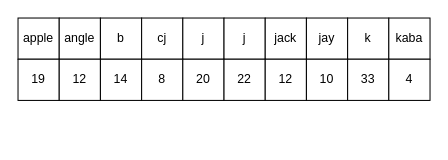
Above: mysql/索引/q4.drawio in xiaolincoder/ImageHost4 (draw.io), before the change. Source tidied: cells renumbered, new cells numbered last; positions are measured from the earlier drawing's top-left corner, leaving out a move shared by most shapes. Both pictures are drawn from the tidied source at 103%, with x=0, y=0 at pixel (18, 18).
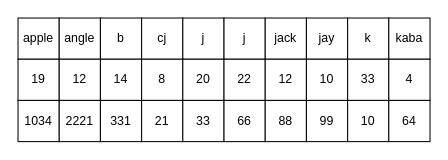
After the change.

The edit, as a diff of the source:
```diff
@@
+    <mxCell id="22" value="1034" style="rounded=0;whiteSpace=wrap;html=1;" parent="1" vertex="1">
+      <mxGeometry y="80" width="40" height="40" as="geometry" />
+    </mxCell>
+    <mxCell id="23" value="2221" style="rounded=0;whiteSpace=wrap;html=1;" parent="1" vertex="1">
+      <mxGeometry x="40" y="80" width="40" height="40" as="geometry" />
+    </mxCell>
+    <mxCell id="24" value="331" style="rounded=0;whiteSpace=wrap;html=1;" parent="1" vertex="1">
+      <mxGeometry x="80" y="80" width="40" height="40" as="geometry" />
+    </mxCell>
+    <mxCell id="25" value="21" style="rounded=0;whiteSpace=wrap;html=1;" parent="1" vertex="1">
+      <mxGeometry x="120" y="80" width="40" height="40" as="geometry" />
+    </mxCell>
+    <mxCell id="26" value="33" style="rounded=0;whiteSpace=wrap;html=1;" parent="1" vertex="1">
+      <mxGeometry x="160" y="80" width="40" height="40" as="geometry" />
+    </mxCell>
+    <mxCell id="27" value="66" style="rounded=0;whiteSpace=wrap;html=1;" parent="1" vertex="1">
+      <mxGeometry x="200" y="80" width="40" height="40" as="geometry" />
+    </mxCell>
+    <mxCell id="28" value="88" style="rounded=0;whiteSpace=wrap;html=1;" parent="1" vertex="1">
+      <mxGeometry x="240" y="80" width="40" height="40" as="geometry" />
+    </mxCell>
+    <mxCell id="29" value="99" style="rounded=0;whiteSpace=wrap;html=1;" parent="1" vertex="1">
+      <mxGeometry x="280" y="80" width="40" height="40" as="geometry" />
+    </mxCell>
+    <mxCell id="30" value="10" style="rounded=0;whiteSpace=wrap;html=1;" parent="1" vertex="1">
+      <mxGeometry x="320" y="80" width="40" height="40" as="geometry" />
+    </mxCell>
+    <mxCell id="31" value="64" style="rounded=0;whiteSpace=wrap;html=1;" parent="1" vertex="1">
+      <mxGeometry x="360" y="80" width="40" height="40" as="geometry" />
+    </mxCell>
```
